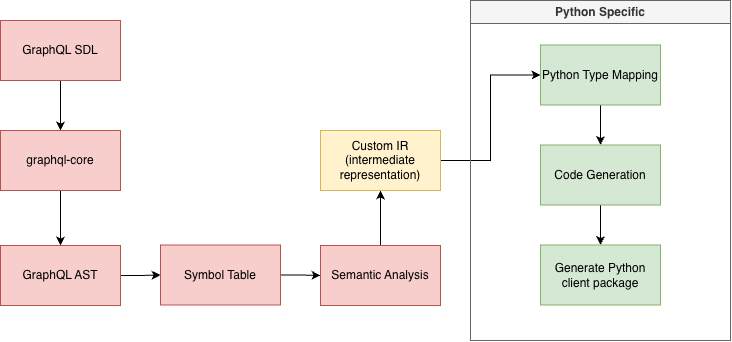
Earlier version of the draw.io export architecture/assets/compiler-pipeline.drawio.png (ivanNikolov2910/nabu-forge). Source tidied: cells renumbered, new cells last; positions are measured from the earlier drawing's top-left corner, leaving out a move shared by most shapes.
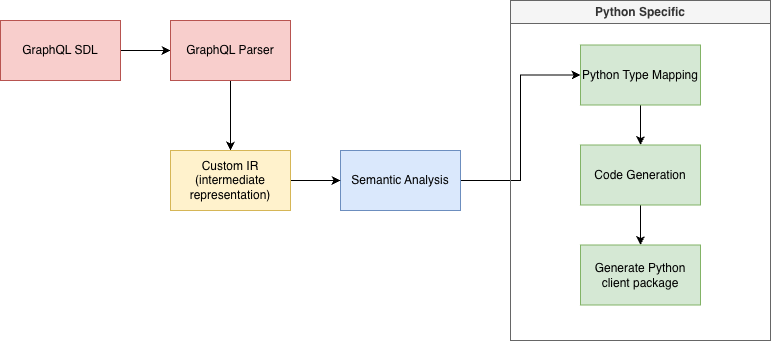
The same diagram one commit later.

What changed in the source:
```diff
@@ -6,37 +6,25 @@
       <mxGeometry relative="1" as="geometry" />
     </mxCell>
     <mxCell id="3" value="GraphQL SDL" style="rounded=0;whiteSpace=wrap;html=1;fillColor=#f8cecc;strokeColor=#b85450;" parent="1" vertex="1">
-      <mxGeometry y="20" width="120" height="60" as="geometry" />
+      <mxGeometry x="-40" y="20" width="120" height="60" as="geometry" />
     </mxCell>
-    <mxCell id="4" style="edgeStyle=orthogonalEdgeStyle;rounded=0;jettySize=auto;html=1;" parent="1" edge="1" source="5" target="7">
-      <mxGeometry relative="1" as="geometry" />
-    </mxCell>
+    <mxCell id="20" style="edgeStyle=orthogonalEdgeStyle;rounded=0;jettySize=auto;html=1;" parent="1" edge="1" source="5" target="13">
+      <mxGeometry relative="1" as="geometry" />
+    </mxCell>
-    <mxCell id="5" value="graphql-core" style="rounded=0;whiteSpace=wrap;html=1;fillColor=#f8cecc;strokeColor=#b85450;" parent="1" vertex="1">
-      <mxGeometry y="130" width="120" height="60" as="geometry" />
+    <mxCell id="5" value="GraphQL Parser" style="rounded=0;whiteSpace=wrap;html=1;fillColor=#f8cecc;strokeColor=#b85450;" parent="1" vertex="1">
+      <mxGeometry x="130" y="20" width="120" height="60" as="geometry" />
     </mxCell>
-    <mxCell id="6" style="edgeStyle=orthogonalEdgeStyle;rounded=0;jettySize=auto;html=1;" parent="1" edge="1" source="7" target="9">
-      <mxGeometry relative="1" as="geometry" />
-    </mxCell>
-    <mxCell id="7" value="GraphQL AST" style="rounded=0;whiteSpace=wrap;html=1;fillColor=#f8cecc;strokeColor=#b85450;" parent="1" vertex="1">
-      <mxGeometry y="245" width="120" height="60" as="geometry" />
-    </mxCell>
-    <mxCell id="8" style="edgeStyle=orthogonalEdgeStyle;rounded=0;jettySize=auto;html=1;" parent="1" edge="1" source="9" target="11">
-      <mxGeometry relative="1" as="geometry" />
-    </mxCell>
-    <mxCell id="9" value="Symbol Table" style="rounded=0;whiteSpace=wrap;html=1;fillColor=#f8cecc;strokeColor=#b85450;" parent="1" vertex="1">
-      <mxGeometry x="160" y="244.5" width="120" height="60" as="geometry" />
-    </mxCell>
-    <mxCell id="10" style="edgeStyle=orthogonalEdgeStyle;rounded=0;jettySize=auto;html=1;" parent="1" edge="1" source="11" target="13">
-      <mxGeometry relative="1" as="geometry" />
-    </mxCell>
+    <mxCell id="21" style="edgeStyle=orthogonalEdgeStyle;rounded=0;jettySize=auto;html=1;exitX=1;exitY=0.5;exitDx=0;exitDy=0;entryX=0;entryY=0.5;entryDx=0;entryDy=0;" parent="1" edge="1" source="11" target="15">
+      <mxGeometry relative="1" as="geometry" />
+    </mxCell>
-    <mxCell id="11" value="Semantic Analysis" style="rounded=0;whiteSpace=wrap;html=1;fillColor=#f8cecc;strokeColor=#b85450;" parent="1" vertex="1">
-      <mxGeometry x="320" y="245" width="120" height="60" as="geometry" />
+    <mxCell id="11" value="Semantic Analysis" style="rounded=0;whiteSpace=wrap;html=1;fillColor=#dae8fc;strokeColor=#6c8ebf;" parent="1" vertex="1">
+      <mxGeometry x="300" y="150" width="120" height="60" as="geometry" />
     </mxCell>
-    <mxCell id="12" style="edgeStyle=orthogonalEdgeStyle;rounded=0;jettySize=auto;html=1;exitX=1;exitY=0.5;exitDx=0;exitDy=0;entryX=0;entryY=0.5;entryDx=0;entryDy=0;" parent="1" edge="1" source="13" target="15">
-      <mxGeometry relative="1" as="geometry" />
-    </mxCell>
+    <mxCell id="22" style="edgeStyle=orthogonalEdgeStyle;rounded=0;jettySize=auto;html=1;" parent="1" edge="1" source="13" target="11">
+      <mxGeometry relative="1" as="geometry" />
+    </mxCell>
     <mxCell id="13" value="Custom IR (intermediate representation)" style="rounded=0;whiteSpace=wrap;html=1;fillColor=#fff2cc;strokeColor=#d6b656;" parent="1" vertex="1">
-      <mxGeometry x="320" y="130" width="120" height="60" as="geometry" />
+      <mxGeometry x="130" y="150" width="120" height="60" as="geometry" />
     </mxCell>
     <mxCell id="14" style="edgeStyle=orthogonalEdgeStyle;rounded=0;jettySize=auto;html=1;" parent="1" edge="1" source="15" target="17">
       <mxGeometry relative="1" as="geometry" />
```
